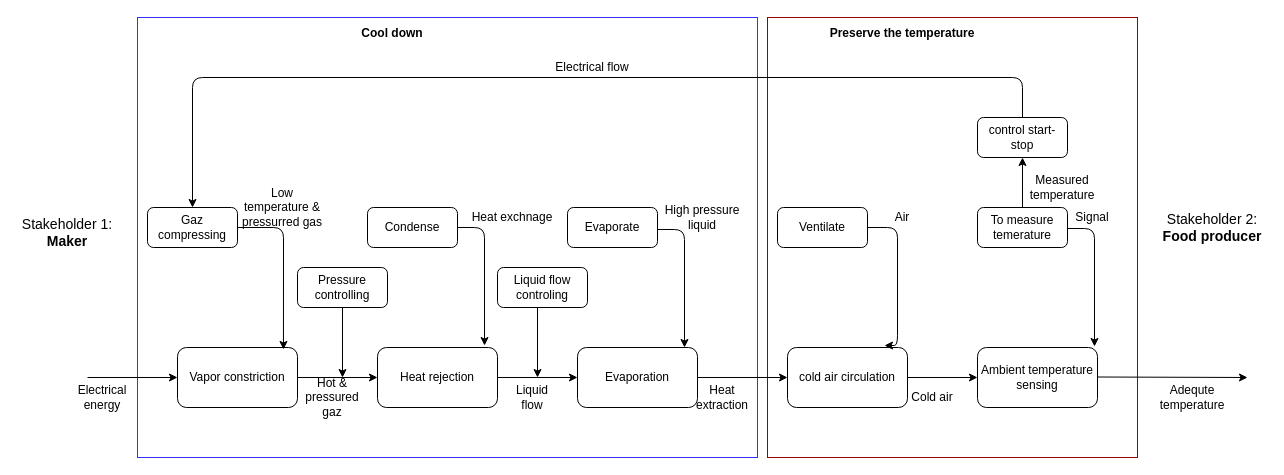
Above: Functional graph.drawio in amerezoji1362/drawio-github (draw.io), before the change. Source tidied: cells renumbered, new cells numbered last; positions are measured from the earlier drawing's top-left corner, leaving out a move shared by most shapes. Both pictures are drawn from the tidied source at 100%, with x=0, y=0 at pixel (17, 17).
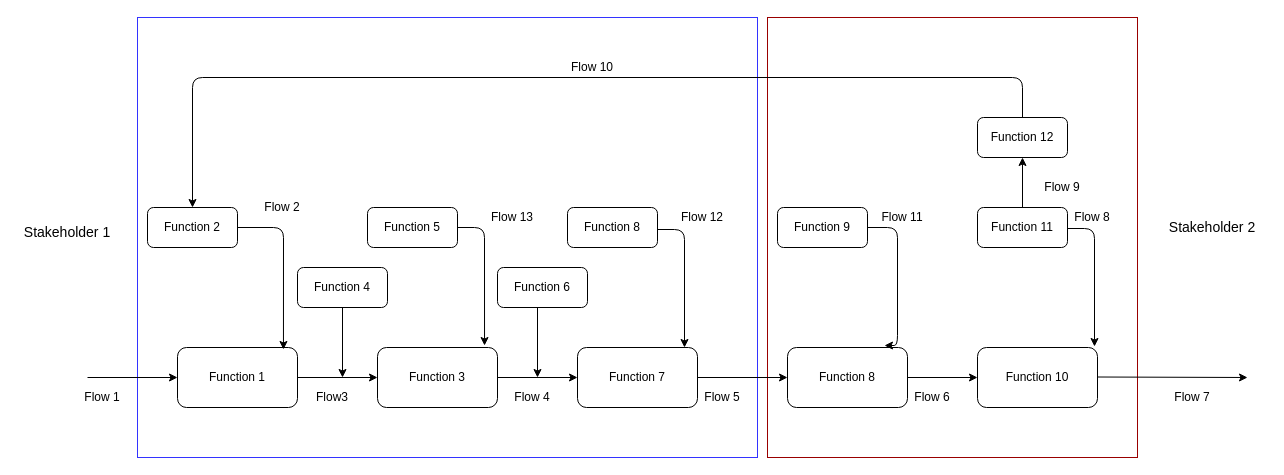
Above is the later version.

Diff of the diagram source:
```diff
@@
-    <mxCell id="5" value="Vapor constriction" style="rounded=1;whiteSpace=wrap;html=1;" parent="1" vertex="1">
+    <mxCell id="5" value="Function 1" style="rounded=1;whiteSpace=wrap;html=1;" parent="1" vertex="1">
       <mxGeometry x="160" y="330" width="120" height="60" as="geometry" />
     </mxCell>
@@
-    <mxCell id="7" value="Heat rejection" style="whiteSpace=wrap;html=1;rounded=1;" parent="1" vertex="1">
+    <mxCell id="7" value="Function 3" style="whiteSpace=wrap;html=1;rounded=1;" parent="1" vertex="1">
       <mxGeometry x="360" y="330" width="120" height="60" as="geometry" />
     </mxCell>
@@
-    <mxCell id="9" value="Evaporation" style="whiteSpace=wrap;html=1;rounded=1;" parent="1" vertex="1">
+    <mxCell id="9" value="Function 7" style="whiteSpace=wrap;html=1;rounded=1;" parent="1" vertex="1">
       <mxGeometry x="560" y="330" width="120" height="60" as="geometry" />
     </mxCell>
@@
-    <mxCell id="11" value="cold air circulation" style="whiteSpace=wrap;html=1;rounded=1;" parent="1" vertex="1">
+    <mxCell id="11" value="Function 8" style="whiteSpace=wrap;html=1;rounded=1;" parent="1" vertex="1">
       <mxGeometry x="770" y="330" width="120" height="60" as="geometry" />
     </mxCell>
-    <mxCell id="12" value="Ambient temperature sensing " style="whiteSpace=wrap;html=1;rounded=1;" parent="1" vertex="1">
+    <mxCell id="12" value="Function 10" style="whiteSpace=wrap;html=1;rounded=1;" parent="1" vertex="1">
       <mxGeometry x="960" y="330" width="120" height="60" as="geometry" />
     </mxCell>
@@
-    <mxCell id="14" value="Hot &amp;amp; pressured gaz" style="text;html=1;strokeColor=none;fillColor=none;align=center;verticalAlign=middle;whiteSpace=wrap;rounded=0;" parent="1" vertex="1">
+    <mxCell id="14" value="Flow3" style="text;html=1;strokeColor=none;fillColor=none;align=center;verticalAlign=middle;whiteSpace=wrap;rounded=0;" parent="1" vertex="1">
       <mxGeometry x="290" y="370" width="50" height="20" as="geometry" />
     </mxCell>
-    <mxCell id="15" value="Gaz compressing" style="rounded=1;whiteSpace=wrap;html=1;" parent="1" vertex="1">
+    <mxCell id="15" value="Function 2" style="rounded=1;whiteSpace=wrap;html=1;" parent="1" vertex="1">
       <mxGeometry x="130" y="190" width="90" height="40" as="geometry" />
     </mxCell>
@@
-    <mxCell id="17" value="&lt;div&gt;Pressure &lt;br&gt;&lt;/div&gt;&lt;div&gt;controlling&lt;br&gt;&lt;/div&gt;" style="rounded=1;whiteSpace=wrap;html=1;" parent="1" vertex="1">
+    <mxCell id="17" value="Function 4" style="rounded=1;whiteSpace=wrap;html=1;" parent="1" vertex="1">
       <mxGeometry x="280" y="250" width="90" height="40" as="geometry" />
     </mxCell>
@@
-    <mxCell id="19" value="Low temperature &amp;amp; pressurred gas" style="text;html=1;strokeColor=none;fillColor=none;align=center;verticalAlign=middle;whiteSpace=wrap;rounded=0;" parent="1" vertex="1">
+    <mxCell id="19" value="Flow 2" style="text;html=1;strokeColor=none;fillColor=none;align=center;verticalAlign=middle;whiteSpace=wrap;rounded=0;" parent="1" vertex="1">
       <mxGeometry x="220" y="180" width="90" height="20" as="geometry" />
     </mxCell>
-    <mxCell id="20" value="Condense" style="rounded=1;whiteSpace=wrap;html=1;" parent="1" vertex="1">
+    <mxCell id="20" value="Function 5" style="rounded=1;whiteSpace=wrap;html=1;" parent="1" vertex="1">
       <mxGeometry x="350" y="190" width="90" height="40" as="geometry" />
     </mxCell>
@@
-    <mxCell id="22" value="Electrical flow" style="text;html=1;strokeColor=none;fillColor=none;align=center;verticalAlign=middle;whiteSpace=wrap;rounded=0;" parent="1" vertex="1">
+    <mxCell id="22" value="Flow 10" style="text;html=1;strokeColor=none;fillColor=none;align=center;verticalAlign=middle;whiteSpace=wrap;rounded=0;" parent="1" vertex="1">
       <mxGeometry x="530" y="40" width="90" height="20" as="geometry" />
     </mxCell>
-    <mxCell id="23" value="Liquid flow controling" style="rounded=1;whiteSpace=wrap;html=1;" parent="1" vertex="1">
+    <mxCell id="23" value="Function 6" style="rounded=1;whiteSpace=wrap;html=1;" parent="1" vertex="1">
       <mxGeometry x="480" y="250" width="90" height="40" as="geometry" />
     </mxCell>
@@
-    <mxCell id="25" value="Liquid flow" style="text;html=1;strokeColor=none;fillColor=none;align=center;verticalAlign=middle;whiteSpace=wrap;rounded=0;" parent="1" vertex="1">
+    <mxCell id="25" value="Flow 4" style="text;html=1;strokeColor=none;fillColor=none;align=center;verticalAlign=middle;whiteSpace=wrap;rounded=0;" parent="1" vertex="1">
       <mxGeometry x="490" y="370" width="50" height="20" as="geometry" />
     </mxCell>
-    <mxCell id="26" value="Heat extraction" style="text;html=1;strokeColor=none;fillColor=none;align=center;verticalAlign=middle;whiteSpace=wrap;rounded=0;" parent="1" vertex="1">
+    <mxCell id="26" value="Flow 5" style="text;html=1;strokeColor=none;fillColor=none;align=center;verticalAlign=middle;whiteSpace=wrap;rounded=0;" parent="1" vertex="1">
       <mxGeometry x="680" y="370" width="50" height="20" as="geometry" />
     </mxCell>
-    <mxCell id="27" value="Evaporate" style="rounded=1;whiteSpace=wrap;html=1;" parent="1" vertex="1">
+    <mxCell id="27" value="Function 8" style="rounded=1;whiteSpace=wrap;html=1;" parent="1" vertex="1">
       <mxGeometry x="550" y="190" width="90" height="40" as="geometry" />
     </mxCell>
@@
-    <mxCell id="29" value="High pressure liquid" style="text;html=1;strokeColor=none;fillColor=none;align=center;verticalAlign=middle;whiteSpace=wrap;rounded=0;" parent="1" vertex="1">
+    <mxCell id="29" value="Flow 12" style="text;html=1;strokeColor=none;fillColor=none;align=center;verticalAlign=middle;whiteSpace=wrap;rounded=0;" parent="1" vertex="1">
       <mxGeometry x="640" y="190" width="90" height="20" as="geometry" />
     </mxCell>
-    <mxCell id="30" value="Cold air" style="text;html=1;strokeColor=none;fillColor=none;align=center;verticalAlign=middle;whiteSpace=wrap;rounded=0;" parent="1" vertex="1">
+    <mxCell id="30" value="Flow 6" style="text;html=1;strokeColor=none;fillColor=none;align=center;verticalAlign=middle;whiteSpace=wrap;rounded=0;" parent="1" vertex="1">
       <mxGeometry x="890" y="370" width="50" height="20" as="geometry" />
     </mxCell>
-    <mxCell id="31" value="Electrical energy" style="text;html=1;strokeColor=none;fillColor=none;align=center;verticalAlign=middle;whiteSpace=wrap;rounded=0;" parent="1" vertex="1">
+    <mxCell id="31" value="Flow 1" style="text;html=1;strokeColor=none;fillColor=none;align=center;verticalAlign=middle;whiteSpace=wrap;rounded=0;" parent="1" vertex="1">
       <mxGeometry x="60" y="370" width="50" height="20" as="geometry" />
     </mxCell>
-    <mxCell id="32" value="Ventilate" style="rounded=1;whiteSpace=wrap;html=1;" parent="1" vertex="1">
+    <mxCell id="32" value="Function 9" style="rounded=1;whiteSpace=wrap;html=1;" parent="1" vertex="1">
       <mxGeometry x="760" y="190" width="90" height="40" as="geometry" />
     </mxCell>
@@
-    <mxCell id="34" value="To measure temerature" style="rounded=1;whiteSpace=wrap;html=1;" parent="1" vertex="1">
+    <mxCell id="34" value="Function 11" style="rounded=1;whiteSpace=wrap;html=1;" parent="1" vertex="1">
       <mxGeometry x="960" y="190" width="90" height="40" as="geometry" />
     </mxCell>
@@
-    <mxCell id="36" value="Signal" style="text;html=1;strokeColor=none;fillColor=none;align=center;verticalAlign=middle;whiteSpace=wrap;rounded=0;" parent="1" vertex="1">
+    <mxCell id="36" value="Flow 8" style="text;html=1;strokeColor=none;fillColor=none;align=center;verticalAlign=middle;whiteSpace=wrap;rounded=0;" parent="1" vertex="1">
       <mxGeometry x="1030" y="190" width="90" height="20" as="geometry" />
     </mxCell>
@@
-    <mxCell id="38" value="Adequte temperature" style="text;html=1;strokeColor=none;fillColor=none;align=center;verticalAlign=middle;whiteSpace=wrap;rounded=0;" parent="1" vertex="1">
+    <mxCell id="38" value="Flow 7" style="text;html=1;strokeColor=none;fillColor=none;align=center;verticalAlign=middle;whiteSpace=wrap;rounded=0;" parent="1" vertex="1">
       <mxGeometry x="1150" y="370" width="50" height="20" as="geometry" />
     </mxCell>
-    <mxCell id="39" value="control start-stop" style="rounded=1;whiteSpace=wrap;html=1;" parent="1" vertex="1">
+    <mxCell id="39" value="Function 12" style="rounded=1;whiteSpace=wrap;html=1;" parent="1" vertex="1">
       <mxGeometry x="960" y="100" width="90" height="40" as="geometry" />
     </mxCell>
@@
-    <mxCell id="41" value="Measured temperature" style="text;html=1;strokeColor=none;fillColor=none;align=center;verticalAlign=middle;whiteSpace=wrap;rounded=0;" parent="1" vertex="1">
+    <mxCell id="41" value="Flow 9" style="text;html=1;strokeColor=none;fillColor=none;align=center;verticalAlign=middle;whiteSpace=wrap;rounded=0;" parent="1" vertex="1">
       <mxGeometry x="1000" y="160" width="90" height="20" as="geometry" />
     </mxCell>
@@
-    <mxCell id="43" value="Heat exchnage" style="text;html=1;strokeColor=none;fillColor=none;align=center;verticalAlign=middle;whiteSpace=wrap;rounded=0;" parent="1" vertex="1">
+    <mxCell id="43" value="Flow 13" style="text;html=1;strokeColor=none;fillColor=none;align=center;verticalAlign=middle;whiteSpace=wrap;rounded=0;" parent="1" vertex="1">
       <mxGeometry x="450" y="190" width="90" height="20" as="geometry" />
     </mxCell>
-    <mxCell id="44" value="Air" style="text;html=1;strokeColor=none;fillColor=none;align=center;verticalAlign=middle;whiteSpace=wrap;rounded=0;" parent="1" vertex="1">
+    <mxCell id="44" value="Flow 11" style="text;html=1;strokeColor=none;fillColor=none;align=center;verticalAlign=middle;whiteSpace=wrap;rounded=0;" parent="1" vertex="1">
       <mxGeometry x="840" y="190" width="90" height="20" as="geometry" />
     </mxCell>
-    <mxCell id="45" value="&lt;font style=&quot;font-size: 14px&quot;&gt;Stakeholder 1: &lt;font style=&quot;font-size: 14px&quot;&gt;&lt;b&gt;Maker&lt;/b&gt;&lt;/font&gt;&lt;/font&gt;" style="text;html=1;strokeColor=none;fillColor=none;align=center;verticalAlign=middle;whiteSpace=wrap;rounded=0;shadow=0;" parent="1" vertex="1">
+    <mxCell id="45" value="&lt;font style=&quot;font-size: 14px&quot;&gt;Stakeholder 1&lt;/font&gt;" style="text;html=1;strokeColor=none;fillColor=none;align=center;verticalAlign=middle;whiteSpace=wrap;rounded=0;shadow=0;" parent="1" vertex="1">
       <mxGeometry y="190" width="100" height="50" as="geometry" />
     </mxCell>
-    <mxCell id="46" value="&lt;font style=&quot;font-size: 14px&quot;&gt;Stakeholder 2: &lt;font style=&quot;font-size: 14px&quot;&gt;&lt;b&gt;Food producer&lt;br&gt;&lt;/b&gt;&lt;/font&gt;&lt;/font&gt;" style="text;html=1;strokeColor=none;fillColor=none;align=center;verticalAlign=middle;whiteSpace=wrap;rounded=0;shadow=0;" parent="1" vertex="1">
+    <mxCell id="46" value="&lt;font style=&quot;font-size: 14px&quot;&gt;Stakeholder 2&lt;font style=&quot;font-size: 14px&quot;&gt;&lt;b&gt;&lt;br&gt;&lt;/b&gt;&lt;/font&gt;&lt;/font&gt;" style="text;html=1;strokeColor=none;fillColor=none;align=center;verticalAlign=middle;whiteSpace=wrap;rounded=0;shadow=0;" parent="1" vertex="1">
       <mxGeometry x="1140" y="185" width="110" height="50" as="geometry" />
     </mxCell>
-    <mxCell id="47" value="&lt;b&gt;Preserve the temperature&lt;/b&gt;&lt;font style=&quot;font-size: 14px&quot;&gt;&lt;font style=&quot;font-size: 14px&quot;&gt;&lt;b&gt;&lt;br&gt;&lt;/b&gt;&lt;/font&gt;&lt;/font&gt;" style="text;html=1;strokeColor=none;fillColor=none;align=center;verticalAlign=middle;whiteSpace=wrap;rounded=0;shadow=0;" parent="1" vertex="1">
-      <mxGeometry x="800" width="170" height="30" as="geometry" />
-    </mxCell>
-    <mxCell id="48" value="&lt;b&gt;Cool down&lt;/b&gt;&lt;font style=&quot;font-size: 14px&quot;&gt;&lt;font style=&quot;font-size: 14px&quot;&gt;&lt;b&gt;&lt;br&gt;&lt;/b&gt;&lt;/font&gt;&lt;/font&gt;" style="text;html=1;strokeColor=none;fillColor=none;align=center;verticalAlign=middle;whiteSpace=wrap;rounded=0;shadow=0;" parent="1" vertex="1">
-      <mxGeometry x="290" width="170" height="30" as="geometry" />
-    </mxCell>
```
